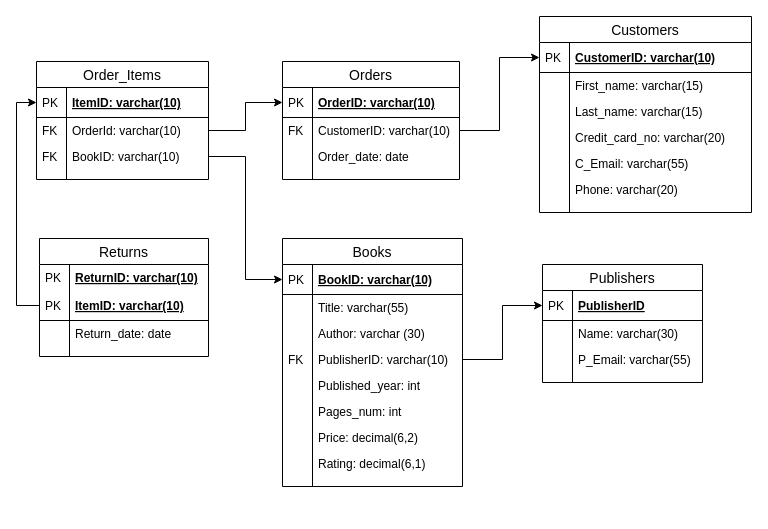
Above: Schema.drawio in vuminhph/bookstore_db (draw.io), before the change. Source tidied: cells renumbered, new cells numbered last; positions are measured from the earlier drawing's top-left corner, leaving out a move shared by most shapes. Both pictures are drawn from the tidied source at 100%, with x=0, y=0 at pixel (36, 16).
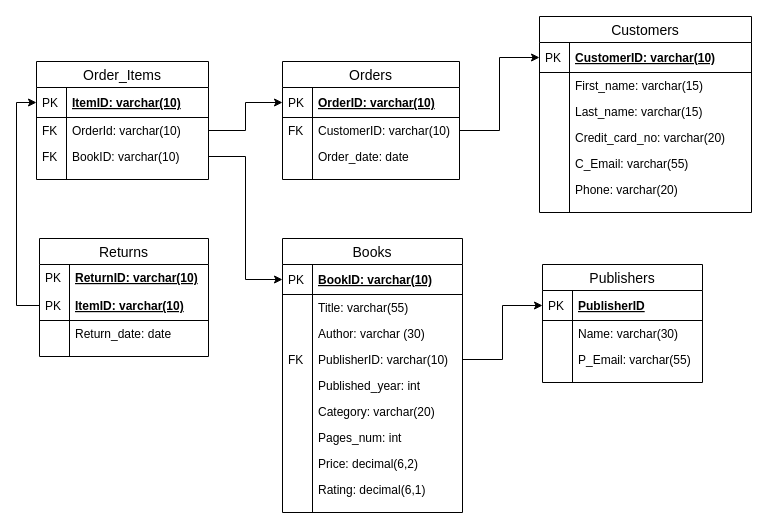
After the change.

Diff of the diagram source:
```diff
@@
     <mxCell id="5" value="Books" style="swimlane;fontStyle=0;horizontal=1;startSize=26;align=center;fontSize=14;" parent="1" vertex="1">
-      <mxGeometry x="246" y="222" width="180" height="248" as="geometry" />
+      <mxGeometry x="246" y="222" width="180" height="274" as="geometry" />
     </mxCell>
@@
+    <mxCell id="77" value="Category: varchar(20)" style="shape=partialRectangle;top=0;left=0;right=0;bottom=0;align=left;verticalAlign=top;fillColor=none;spacingLeft=34;spacingRight=4;overflow=hidden;fontSize=12;" parent="5" vertex="1">
+      <mxGeometry y="160" width="180" height="26" as="geometry" />
+    </mxCell>
+    <mxCell id="78" style="shape=partialRectangle;top=0;left=0;bottom=0;fillColor=none;align=left;verticalAlign=top;spacingLeft=4;spacingRight=4;overflow=hidden;fontSize=12;" parent="77" vertex="1">
+      <mxGeometry width="30" height="26" as="geometry" />
+    </mxCell>
     <mxCell id="16" value="Pages_num: int" style="shape=partialRectangle;top=0;left=0;right=0;bottom=0;align=left;verticalAlign=top;fillColor=none;spacingLeft=34;spacingRight=4;overflow=hidden;fontSize=12;" parent="5" vertex="1">
-      <mxGeometry y="160" width="180" height="26" as="geometry" />
+      <mxGeometry y="186" width="180" height="26" as="geometry" />
     </mxCell>
@@
     <mxCell id="18" value="Price: decimal(6,2)" style="shape=partialRectangle;top=0;left=0;right=0;bottom=0;align=left;verticalAlign=top;fillColor=none;spacingLeft=34;spacingRight=4;overflow=hidden;fontSize=12;" parent="5" vertex="1">
-      <mxGeometry y="186" width="180" height="26" as="geometry" />
+      <mxGeometry y="212" width="180" height="26" as="geometry" />
     </mxCell>
@@
     <mxCell id="20" value="Rating: decimal(6,1)" style="shape=partialRectangle;top=0;left=0;right=0;bottom=0;align=left;verticalAlign=top;fillColor=none;spacingLeft=34;spacingRight=4;overflow=hidden;fontSize=12;" parent="5" vertex="1">
-      <mxGeometry y="212" width="180" height="26" as="geometry" />
+      <mxGeometry y="238" width="180" height="26" as="geometry" />
     </mxCell>
@@
     <mxCell id="22" style="shape=partialRectangle;top=0;left=0;right=0;bottom=0;align=left;verticalAlign=top;fillColor=none;spacingLeft=34;spacingRight=4;overflow=hidden;fontSize=12;" parent="5" vertex="1">
-      <mxGeometry y="238" width="180" height="10" as="geometry" />
+      <mxGeometry y="264" width="180" height="10" as="geometry" />
     </mxCell>
```
